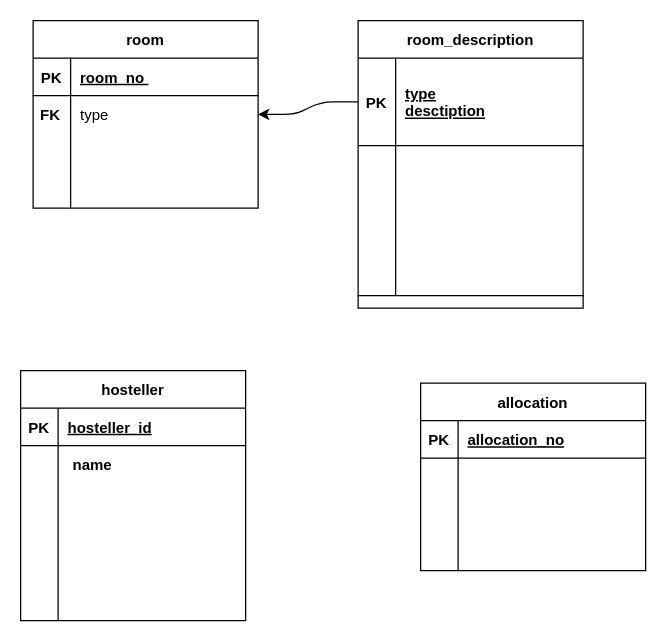
Above: PHP/Web/Hostel/AnalysisDesign/HostelRelationalSchema.drawio in onlitstechnologies/ONLITS2201 (draw.io), before the change. Source tidied: cells renumbered, new cells numbered last; positions are measured from the earlier drawing's top-left corner, leaving out a move shared by most shapes. Both pictures are drawn from the tidied source at 125%, with x=0, y=0 at pixel (20, 20).
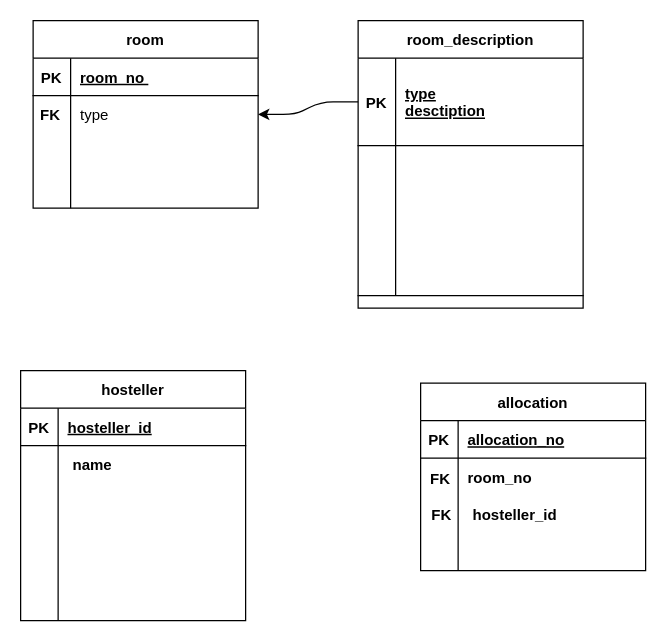
The same diagram, later.

Change to the diagram source:
```diff
@@
+    <mxCell id="60" value="hosteller_id" style="shape=partialRectangle;fillColor=none;top=0;left=0;bottom=0;right=0;align=left;spacingLeft=6;fontStyle=1;overflow=hidden;" parent="1" vertex="1">
+      <mxGeometry x="354" y="380" width="150" height="30" as="geometry" />
+    </mxCell>
+    <mxCell id="61" value="room_no " style="shape=partialRectangle;fillColor=none;top=0;left=0;bottom=0;right=0;align=left;spacingLeft=6;fontStyle=1;overflow=hidden;" parent="1" vertex="1">
+      <mxGeometry x="350" y="350" width="150" height="30" as="geometry" />
+    </mxCell>
+    <mxCell id="62" value="FK" style="shape=partialRectangle;fillColor=none;top=0;left=0;bottom=0;right=0;fontStyle=1;overflow=hidden;" parent="1" vertex="1">
+      <mxGeometry x="326" y="351" width="20" height="30" as="geometry" />
+    </mxCell>
+    <mxCell id="63" value="FK" style="shape=partialRectangle;fillColor=none;top=0;left=0;bottom=0;right=0;fontStyle=1;overflow=hidden;" parent="1" vertex="1">
+      <mxGeometry x="327" y="380" width="20" height="30" as="geometry" />
+    </mxCell>
```
